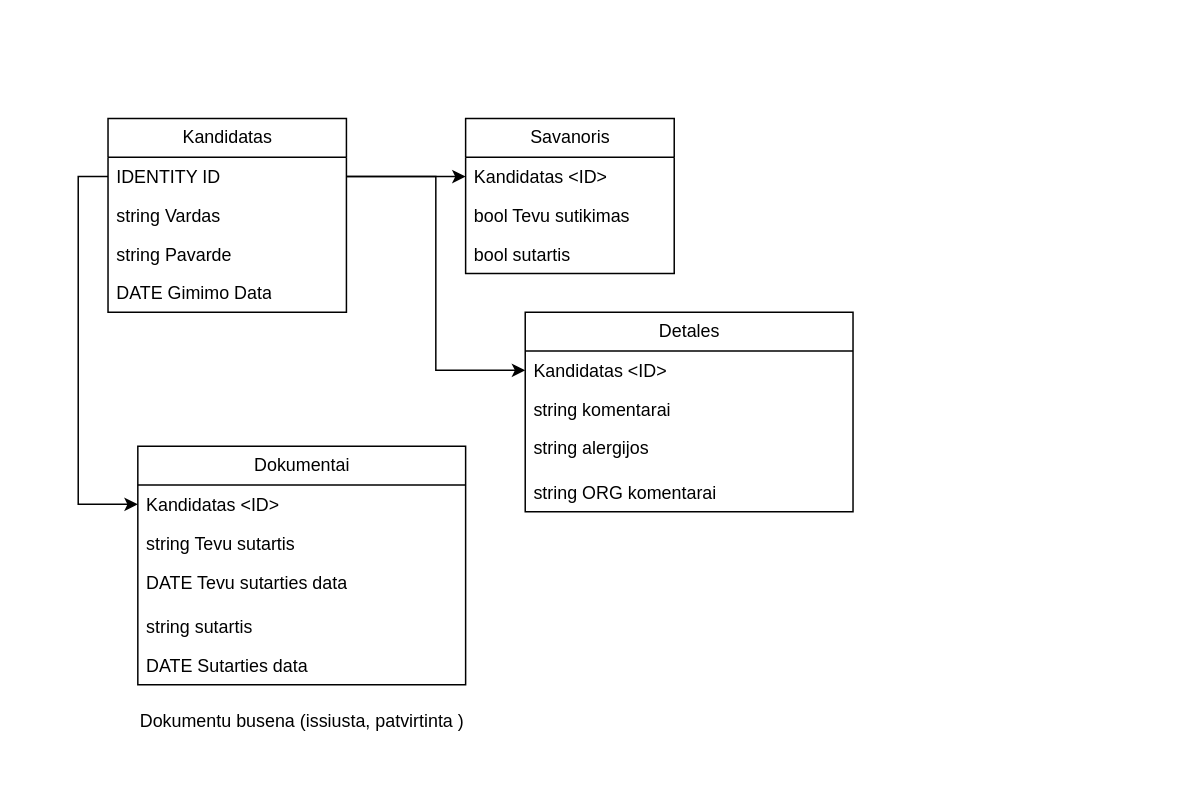
The draw.io diagram Schema.drawio in PovilasAzubalis/BaigiamasisDarbas, before the edit. Source tidied: cells renumbered, new cells numbered last; positions are measured from the earlier drawing's top-left corner, leaving out a move shared by most shapes. Both pictures are drawn from the tidied source at 149%, with x=0, y=0 at pixel (107, 118).
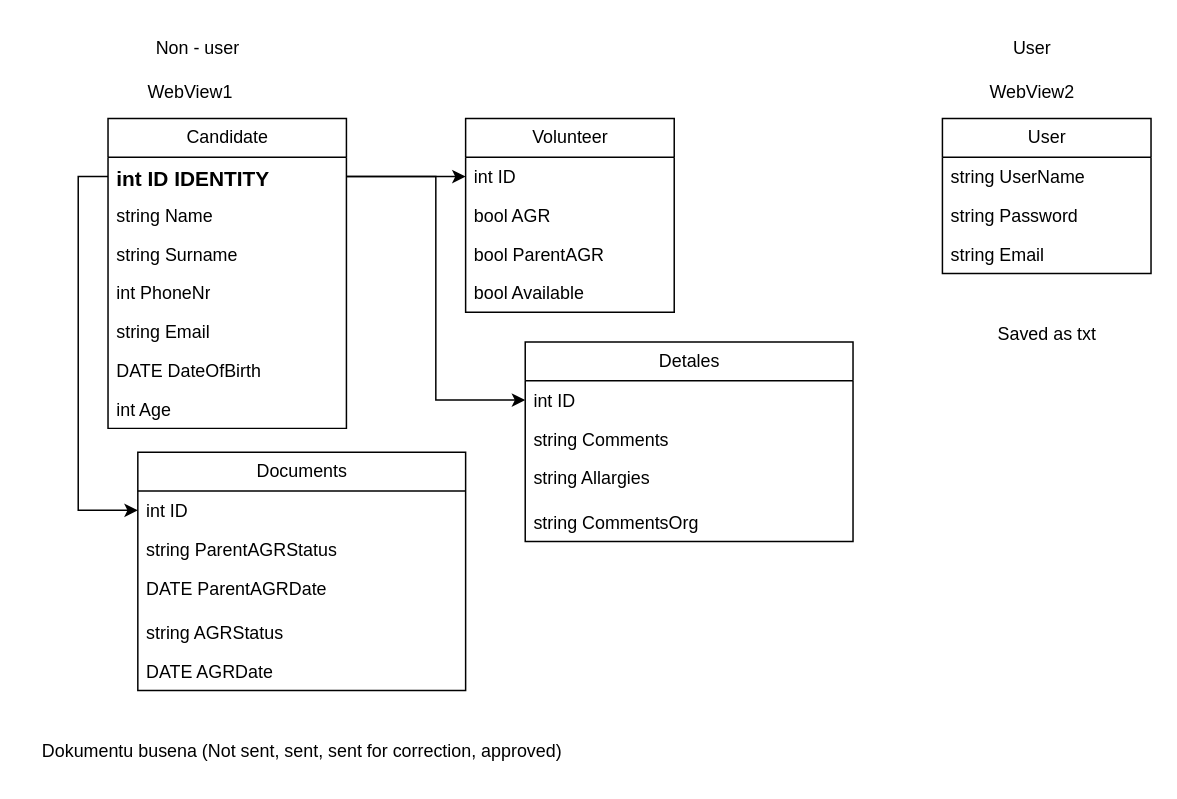
The same diagram, later.

The edit, as a diff of the source:
```diff
@@
-    <mxCell id="2" value="Dokumentai" style="swimlane;fontStyle=0;horizontal=1;startSize=26;fillColor=none;html=1;" parent="1" vertex="1">
-      <mxGeometry x="20" y="220" width="220" height="160" as="geometry" />
+    <mxCell id="2" value="Documents" style="swimlane;fontStyle=0;horizontal=1;startSize=26;fillColor=none;html=1;" parent="1" vertex="1">
+      <mxGeometry x="20" y="224" width="220" height="160" as="geometry" />
     </mxCell>
-    <mxCell id="3" value="Kandidatas &amp;lt;ID&amp;gt;" style="text;strokeColor=none;fillColor=none;align=left;verticalAlign=top;spacingLeft=4;spacingRight=4;overflow=hidden;points=[[0,0.5],[1,0.5]];portConstraint=eastwest;whiteSpace=wrap;html=1;" parent="2" vertex="1">
+    <mxCell id="3" value="int ID" style="text;strokeColor=none;fillColor=none;align=left;verticalAlign=top;spacingLeft=4;spacingRight=4;overflow=hidden;points=[[0,0.5],[1,0.5]];portConstraint=eastwest;whiteSpace=wrap;html=1;" parent="2" vertex="1">
       <mxGeometry y="26" width="220" height="26" as="geometry" />
     </mxCell>
-    <mxCell id="4" value="string Tevu sutartis" style="text;strokeColor=none;fillColor=none;align=left;verticalAlign=top;spacingLeft=4;spacingRight=4;overflow=hidden;whiteSpace=wrap;html=1;" parent="2" vertex="1">
+    <mxCell id="4" value="string ParentAGRStatus" style="text;strokeColor=none;fillColor=none;align=left;verticalAlign=top;spacingLeft=4;spacingRight=4;overflow=hidden;whiteSpace=wrap;html=1;" parent="2" vertex="1">
       <mxGeometry y="52" width="220" height="26" as="geometry" />
     </mxCell>
-    <mxCell id="5" value="DATE Tevu sutarties data" style="text;strokeColor=none;fillColor=none;align=left;verticalAlign=top;spacingLeft=4;spacingRight=4;overflow=hidden;whiteSpace=wrap;html=1;" parent="2" vertex="1">
+    <mxCell id="5" value="DATE ParentAGRDate" style="text;strokeColor=none;fillColor=none;align=left;verticalAlign=top;spacingLeft=4;spacingRight=4;overflow=hidden;whiteSpace=wrap;html=1;" parent="2" vertex="1">
       <mxGeometry y="78" width="220" height="30" as="geometry" />
     </mxCell>
-    <mxCell id="6" value="string sutartis" style="text;strokeColor=none;fillColor=none;align=left;verticalAlign=top;spacingLeft=4;spacingRight=4;overflow=hidden;whiteSpace=wrap;html=1;" parent="2" vertex="1">
-      <mxGeometry y="108" width="220" height="26" as="geometry" />
-    </mxCell>
+    <mxCell id="26" value="string AGRStatus" style="text;strokeColor=none;fillColor=none;align=left;verticalAlign=top;spacingLeft=4;spacingRight=4;overflow=hidden;whiteSpace=wrap;html=1;" parent="2" vertex="1">
+      <mxGeometry y="108" width="220" height="26" as="geometry" />
+    </mxCell>
-    <mxCell id="7" value="DATE Sutarties data" style="text;strokeColor=none;fillColor=none;align=left;verticalAlign=top;spacingLeft=4;spacingRight=4;overflow=hidden;whiteSpace=wrap;html=1;" parent="2" vertex="1">
+    <mxCell id="7" value="DATE AGRDate&lt;div&gt;&lt;br&gt;&lt;/div&gt;" style="text;strokeColor=none;fillColor=none;align=left;verticalAlign=top;spacingLeft=4;spacingRight=4;overflow=hidden;whiteSpace=wrap;html=1;" parent="2" vertex="1">
       <mxGeometry y="134" width="220" height="26" as="geometry" />
     </mxCell>
-    <mxCell id="8" value="Savanoris" style="swimlane;fontStyle=0;horizontal=1;startSize=26;fillColor=none;html=1;" parent="1" vertex="1">
-      <mxGeometry x="240" width="140" height="104" as="geometry" />
+    <mxCell id="8" value="Volunteer" style="swimlane;fontStyle=0;horizontal=1;startSize=26;fillColor=none;html=1;" parent="1" vertex="1">
+      <mxGeometry x="240" width="140" height="130" as="geometry" />
     </mxCell>
-    <mxCell id="9" value="Kandidatas &amp;lt;ID&amp;gt;" style="text;strokeColor=none;fillColor=none;align=left;verticalAlign=top;spacingLeft=4;spacingRight=4;overflow=hidden;points=[[0,0.5],[1,0.5]];portConstraint=eastwest;whiteSpace=wrap;html=1;" parent="8" vertex="1">
+    <mxCell id="9" value="int ID" style="text;strokeColor=none;fillColor=none;align=left;verticalAlign=top;spacingLeft=4;spacingRight=4;overflow=hidden;points=[[0,0.5],[1,0.5]];portConstraint=eastwest;whiteSpace=wrap;html=1;" parent="8" vertex="1">
       <mxGeometry y="26" width="140" height="26" as="geometry" />
     </mxCell>
-    <mxCell id="10" value="bool Tevu sutikimas" style="text;strokeColor=none;fillColor=none;align=left;verticalAlign=top;spacingLeft=4;spacingRight=4;overflow=hidden;whiteSpace=wrap;html=1;" parent="8" vertex="1">
-      <mxGeometry y="52" width="140" height="26" as="geometry" />
-    </mxCell>
-    <mxCell id="11" value="bool sutartis" style="text;strokeColor=none;fillColor=none;align=left;verticalAlign=top;spacingLeft=4;spacingRight=4;overflow=hidden;whiteSpace=wrap;html=1;" parent="8" vertex="1">
-      <mxGeometry y="78" width="140" height="26" as="geometry" />
+    <mxCell id="11" value="bool AGR" style="text;strokeColor=none;fillColor=none;align=left;verticalAlign=top;spacingLeft=4;spacingRight=4;overflow=hidden;whiteSpace=wrap;html=1;" parent="8" vertex="1">
+      <mxGeometry y="52" width="140" height="26" as="geometry" />
     </mxCell>
+    <mxCell id="27" value="bool ParentAGR" style="text;strokeColor=none;fillColor=none;align=left;verticalAlign=top;spacingLeft=4;spacingRight=4;overflow=hidden;whiteSpace=wrap;html=1;" parent="8" vertex="1">
+      <mxGeometry y="78" width="140" height="26" as="geometry" />
+    </mxCell>
+    <mxCell id="28" value="bool Available" style="text;strokeColor=none;fillColor=none;align=left;verticalAlign=top;spacingLeft=4;spacingRight=4;overflow=hidden;whiteSpace=wrap;html=1;" parent="8" vertex="1">
+      <mxGeometry y="104" width="140" height="26" as="geometry" />
+    </mxCell>
-    <mxCell id="12" value="Kandidatas" style="swimlane;fontStyle=0;horizontal=1;startSize=26;fillColor=none;html=1;" parent="1" vertex="1">
-      <mxGeometry width="160" height="130" as="geometry" />
+    <mxCell id="12" value="Candidate" style="swimlane;fontStyle=0;horizontal=1;startSize=26;fillColor=none;html=1;" parent="1" vertex="1">
+      <mxGeometry width="160" height="208" as="geometry" />
     </mxCell>
-    <mxCell id="13" value="IDENTITY ID" style="text;strokeColor=none;fillColor=none;align=left;verticalAlign=top;spacingLeft=4;spacingRight=4;overflow=hidden;points=[[0,0.5],[1,0.5]];portConstraint=eastwest;whiteSpace=wrap;html=1;" parent="12" vertex="1">
+    <mxCell id="13" value="int ID IDENTITY" style="text;strokeColor=none;fillColor=none;align=left;verticalAlign=top;spacingLeft=4;spacingRight=4;overflow=hidden;points=[[0,0.5],[1,0.5]];portConstraint=eastwest;whiteSpace=wrap;html=1;fontStyle=1;fontSize=14;" parent="12" vertex="1">
       <mxGeometry y="26" width="160" height="26" as="geometry" />
     </mxCell>
-    <mxCell id="14" value="string Vardas" style="text;strokeColor=none;fillColor=none;align=left;verticalAlign=top;spacingLeft=4;spacingRight=4;overflow=hidden;whiteSpace=wrap;html=1;" parent="12" vertex="1">
+    <mxCell id="14" value="string Name" style="text;strokeColor=none;fillColor=none;align=left;verticalAlign=top;spacingLeft=4;spacingRight=4;overflow=hidden;whiteSpace=wrap;html=1;" parent="12" vertex="1">
       <mxGeometry y="52" width="160" height="26" as="geometry" />
     </mxCell>
-    <mxCell id="15" value="string Pavarde" style="text;strokeColor=none;fillColor=none;align=left;verticalAlign=top;spacingLeft=4;spacingRight=4;overflow=hidden;whiteSpace=wrap;html=1;" parent="12" vertex="1">
+    <mxCell id="15" value="string Surname" style="text;strokeColor=none;fillColor=none;align=left;verticalAlign=top;spacingLeft=4;spacingRight=4;overflow=hidden;whiteSpace=wrap;html=1;" parent="12" vertex="1">
       <mxGeometry y="78" width="160" height="26" as="geometry" />
     </mxCell>
+    <mxCell id="29" value="int PhoneNr" style="text;strokeColor=none;fillColor=none;align=left;verticalAlign=top;spacingLeft=4;spacingRight=4;overflow=hidden;whiteSpace=wrap;html=1;" parent="12" vertex="1">
+      <mxGeometry y="104" width="160" height="26" as="geometry" />
+    </mxCell>
+    <mxCell id="30" value="string Email" style="text;strokeColor=none;fillColor=none;align=left;verticalAlign=top;spacingLeft=4;spacingRight=4;overflow=hidden;whiteSpace=wrap;html=1;" parent="12" vertex="1">
+      <mxGeometry y="130" width="160" height="26" as="geometry" />
+    </mxCell>
-    <mxCell id="16" value="DATE Gimimo Data" style="text;strokeColor=none;fillColor=none;align=left;verticalAlign=top;spacingLeft=4;spacingRight=4;overflow=hidden;whiteSpace=wrap;html=1;" parent="12" vertex="1">
-      <mxGeometry y="104" width="160" height="26" as="geometry" />
+    <mxCell id="16" value="DATE DateOfBirth" style="text;strokeColor=none;fillColor=none;align=left;verticalAlign=top;spacingLeft=4;spacingRight=4;overflow=hidden;whiteSpace=wrap;html=1;" parent="12" vertex="1">
+      <mxGeometry y="156" width="160" height="26" as="geometry" />
     </mxCell>
+    <mxCell id="31" value="int Age" style="text;strokeColor=none;fillColor=none;align=left;verticalAlign=top;spacingLeft=4;spacingRight=4;overflow=hidden;whiteSpace=wrap;html=1;" parent="12" vertex="1">
+      <mxGeometry y="182" width="160" height="26" as="geometry" />
+    </mxCell>
-    <mxCell id="17" value="Dokumentu busena (issiusta, patvirtinta )" style="text;html=1;align=center;verticalAlign=middle;strokeColor=none;fillColor=none;" parent="1" vertex="1">
-      <mxGeometry x="10" y="390" width="240" height="30" as="geometry" />
+    <mxCell id="17" value="Dokumentu busena (Not sent, sent, sent for correction, approved)" style="text;html=1;align=center;verticalAlign=middle;strokeColor=none;fillColor=none;" parent="1" vertex="1">
+      <mxGeometry x="-55" y="410" width="370" height="30" as="geometry" />
     </mxCell>
@@
     <mxCell id="20" value="Detales" style="swimlane;fontStyle=0;horizontal=1;startSize=26;fillColor=none;html=1;" parent="1" vertex="1">
-      <mxGeometry x="280" y="130" width="220" height="134" as="geometry" />
+      <mxGeometry x="280" y="150" width="220" height="134" as="geometry" />
     </mxCell>
-    <mxCell id="21" value="Kandidatas &amp;lt;ID&amp;gt;" style="text;strokeColor=none;fillColor=none;align=left;verticalAlign=top;spacingLeft=4;spacingRight=4;overflow=hidden;points=[[0,0.5],[1,0.5]];portConstraint=eastwest;whiteSpace=wrap;html=1;" parent="20" vertex="1">
+    <mxCell id="21" value="int ID" style="text;strokeColor=none;fillColor=none;align=left;verticalAlign=top;spacingLeft=4;spacingRight=4;overflow=hidden;points=[[0,0.5],[1,0.5]];portConstraint=eastwest;whiteSpace=wrap;html=1;" parent="20" vertex="1">
       <mxGeometry y="26" width="220" height="26" as="geometry" />
     </mxCell>
-    <mxCell id="22" value="string komentarai" style="text;strokeColor=none;fillColor=none;align=left;verticalAlign=top;spacingLeft=4;spacingRight=4;overflow=hidden;whiteSpace=wrap;html=1;" parent="20" vertex="1">
+    <mxCell id="22" value="string Comments" style="text;strokeColor=none;fillColor=none;align=left;verticalAlign=top;spacingLeft=4;spacingRight=4;overflow=hidden;whiteSpace=wrap;html=1;" parent="20" vertex="1">
       <mxGeometry y="52" width="220" height="26" as="geometry" />
     </mxCell>
-    <mxCell id="23" value="string alergijos" style="text;strokeColor=none;fillColor=none;align=left;verticalAlign=top;spacingLeft=4;spacingRight=4;overflow=hidden;whiteSpace=wrap;html=1;" parent="20" vertex="1">
+    <mxCell id="23" value="string Allargies" style="text;strokeColor=none;fillColor=none;align=left;verticalAlign=top;spacingLeft=4;spacingRight=4;overflow=hidden;whiteSpace=wrap;html=1;" parent="20" vertex="1">
       <mxGeometry y="78" width="220" height="30" as="geometry" />
     </mxCell>
-    <mxCell id="24" value="string ORG komentarai" style="text;strokeColor=none;fillColor=none;align=left;verticalAlign=top;spacingLeft=4;spacingRight=4;overflow=hidden;whiteSpace=wrap;html=1;" parent="20" vertex="1">
+    <mxCell id="24" value="string CommentsOrg" style="text;strokeColor=none;fillColor=none;align=left;verticalAlign=top;spacingLeft=4;spacingRight=4;overflow=hidden;whiteSpace=wrap;html=1;" parent="20" vertex="1">
       <mxGeometry y="108" width="220" height="26" as="geometry" />
     </mxCell>
@@
+    <mxCell id="32" value="Non - user" style="text;html=1;align=center;verticalAlign=middle;strokeColor=none;fillColor=none;" parent="1" vertex="1">
+      <mxGeometry x="20" y="-62" width="80" height="30" as="geometry" />
+    </mxCell>
+    <mxCell id="33" value="User" style="text;html=1;align=center;verticalAlign=middle;strokeColor=none;fillColor=none;" parent="1" vertex="1">
+      <mxGeometry x="595" y="-62" width="50" height="30" as="geometry" />
+    </mxCell>
+    <mxCell id="34" value="WebView1" style="text;html=1;align=center;verticalAlign=middle;strokeColor=none;fillColor=none;" parent="1" vertex="1">
+      <mxGeometry x="15" y="-32" width="80" height="30" as="geometry" />
+    </mxCell>
+    <mxCell id="35" value="WebView2" style="text;html=1;align=center;verticalAlign=middle;strokeColor=none;fillColor=none;" parent="1" vertex="1">
+      <mxGeometry x="580" y="-32" width="80" height="30" as="geometry" />
+    </mxCell>
+    <mxCell id="36" value="User" style="swimlane;fontStyle=0;horizontal=1;startSize=26;fillColor=none;html=1;" parent="1" vertex="1">
+      <mxGeometry x="560" width="140" height="104" as="geometry" />
+    </mxCell>
+    <mxCell id="37" value="string UserName" style="text;strokeColor=none;fillColor=none;align=left;verticalAlign=top;spacingLeft=4;spacingRight=4;overflow=hidden;whiteSpace=wrap;html=1;" parent="36" vertex="1">
+      <mxGeometry y="26" width="140" height="26" as="geometry" />
+    </mxCell>
+    <mxCell id="38" value="string Password" style="text;strokeColor=none;fillColor=none;align=left;verticalAlign=top;spacingLeft=4;spacingRight=4;overflow=hidden;whiteSpace=wrap;html=1;" parent="36" vertex="1">
+      <mxGeometry y="52" width="140" height="26" as="geometry" />
+    </mxCell>
+    <mxCell id="39" value="string Email" style="text;strokeColor=none;fillColor=none;align=left;verticalAlign=top;spacingLeft=4;spacingRight=4;overflow=hidden;whiteSpace=wrap;html=1;" parent="36" vertex="1">
+      <mxGeometry y="78" width="140" height="26" as="geometry" />
+    </mxCell>
+    <mxCell id="40" value="Saved as txt" style="text;html=1;align=center;verticalAlign=middle;strokeColor=none;fillColor=none;" parent="1" vertex="1">
+      <mxGeometry x="585" y="130" width="90" height="30" as="geometry" />
+    </mxCell>
```
